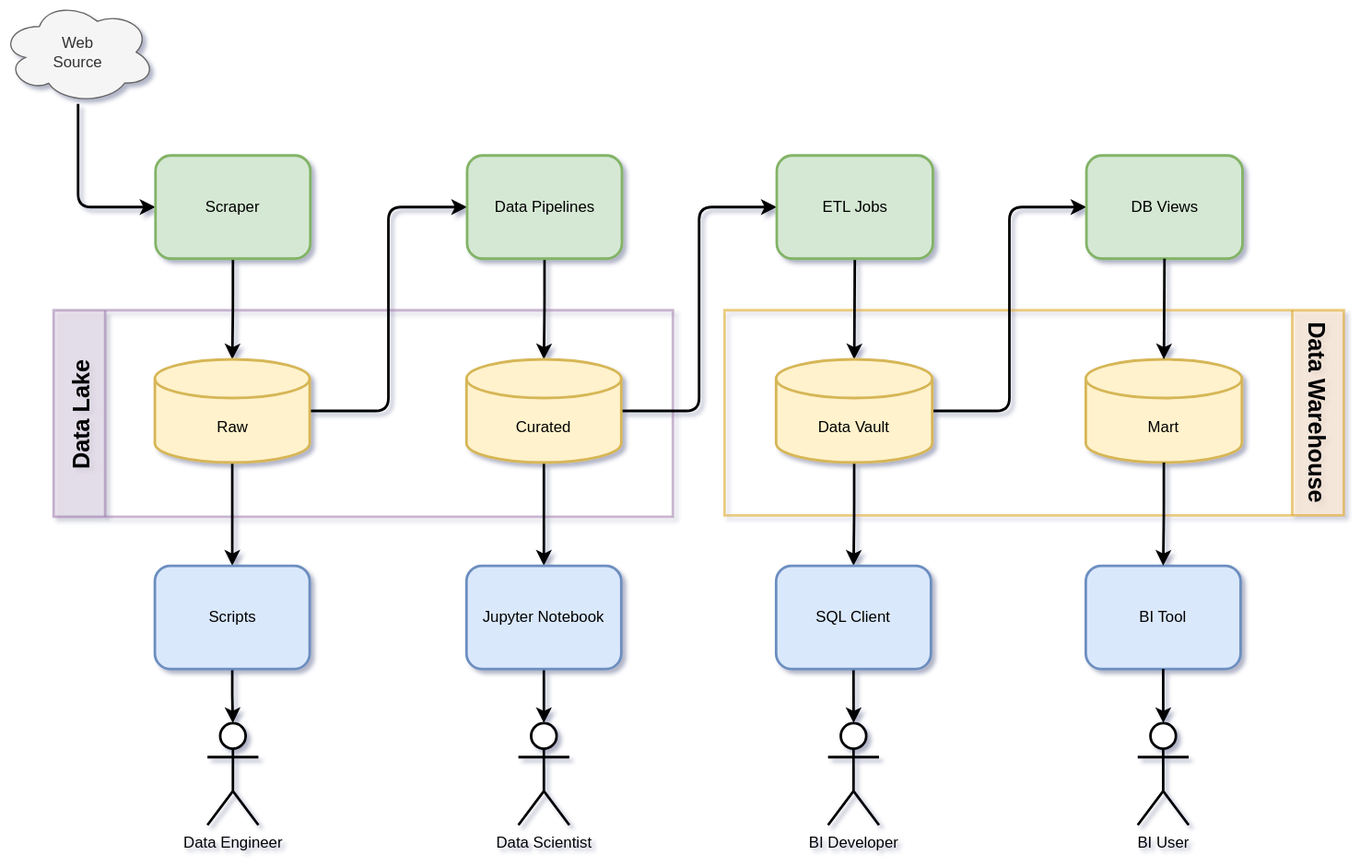
Earlier version of the draw.io export doc/architecture-overview.drawio.svg (petracarrion/job-market-analytics). Source tidied: cells renumbered, new cells last; positions are measured from the earlier drawing's top-left corner, leaving out a move shared by most shapes.
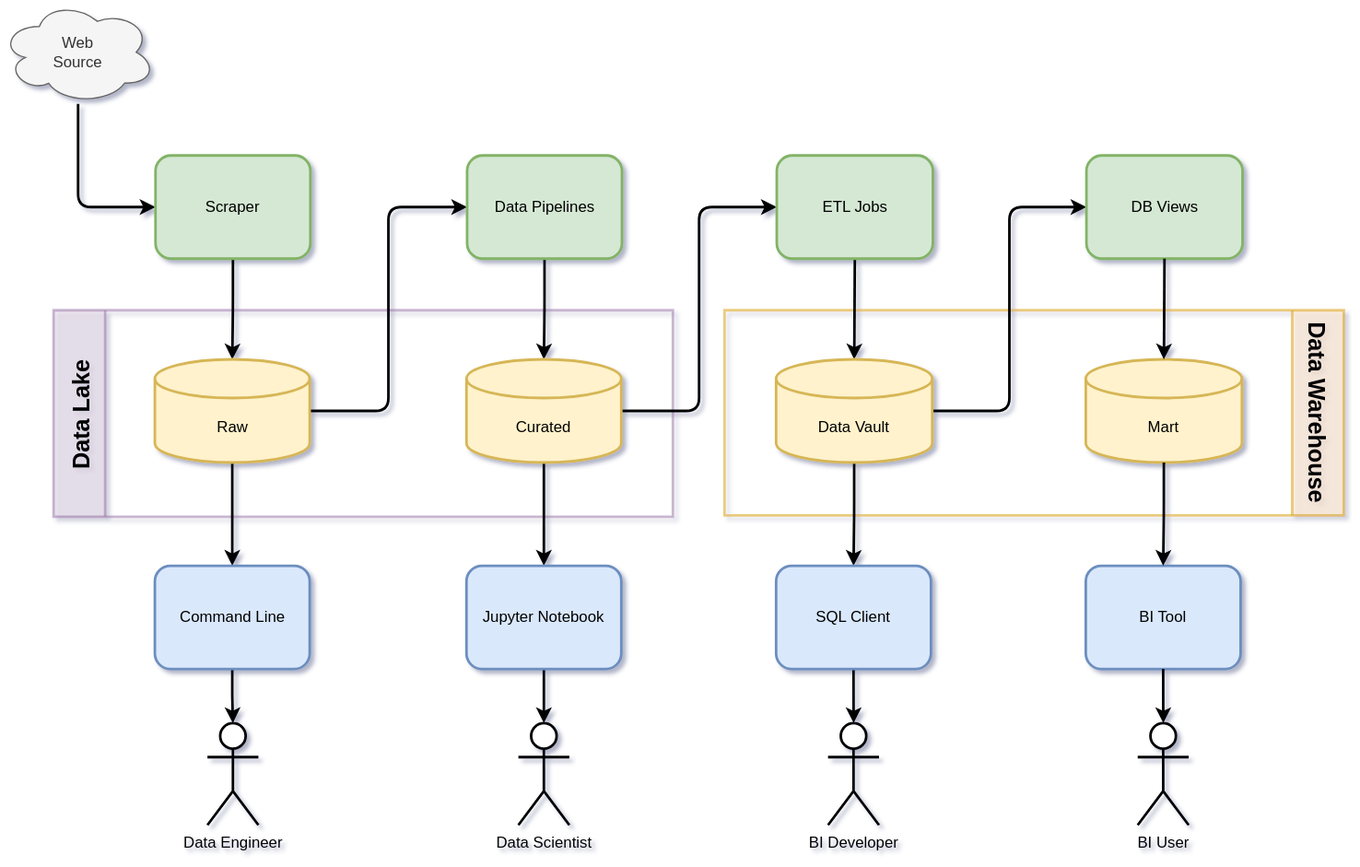
Later version of the same file.

Diff of the diagram source:
```diff
@@ -80,7 +80,7 @@
     <mxCell id="27" style="edgeStyle=orthogonalEdgeStyle;rounded=0;jettySize=auto;html=1;entryX=0.5;entryY=0;entryDx=0;entryDy=0;entryPerimeter=0;strokeWidth=2;sourcePerimeterSpacing=0;" parent="1" edge="1" source="28" target="29">
       <mxGeometry relative="1" as="geometry" />
     </mxCell>
-    <mxCell id="28" value="Scripts" style="rounded=1;whiteSpace=wrap;html=1;fillColor=#dae8fc;strokeColor=#6c8ebf;strokeWidth=2;" parent="1" vertex="1">
+    <mxCell id="28" value="Command Line" style="rounded=1;whiteSpace=wrap;html=1;fillColor=#dae8fc;strokeColor=#6c8ebf;strokeWidth=2;" parent="1" vertex="1">
       <mxGeometry x="119.5" y="438" width="120" height="80" as="geometry" />
     </mxCell>
     <mxCell id="29" value="Data Engineer" style="shape=umlActor;verticalLabelPosition=bottom;verticalAlign=top;html=1;outlineConnect=0;strokeWidth=2;" parent="1" vertex="1">
```
